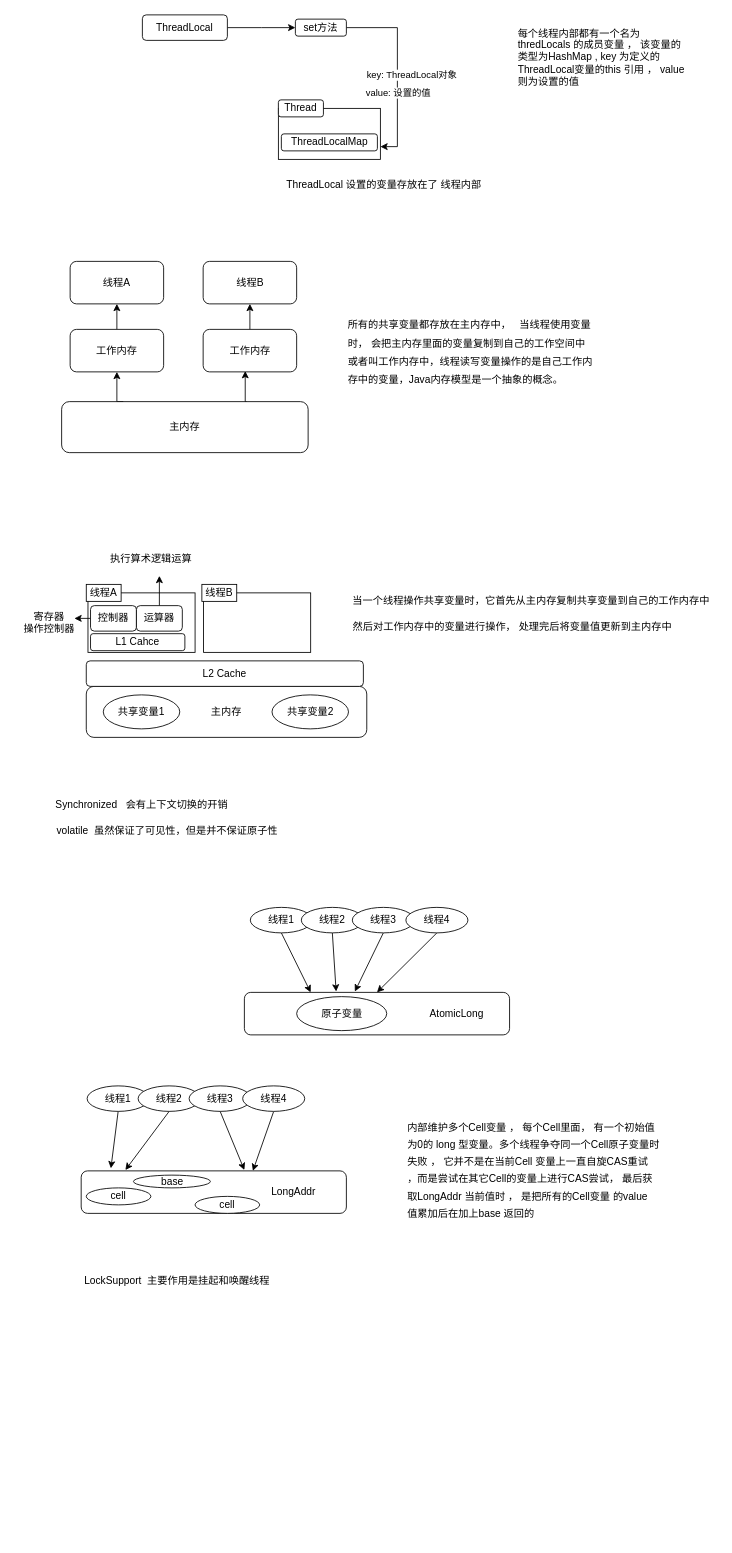
topyuluo/photo-project keeps this draw.io diagram as 并发编程.drawio. Above is the earlier version. Source tidied: cells renumbered, new cells numbered last; positions are measured from the earlier drawing's top-left corner, leaving out a move shared by most shapes. Both pictures are drawn from the tidied source at 85%, with x=0, y=0 at pixel (14, 14).
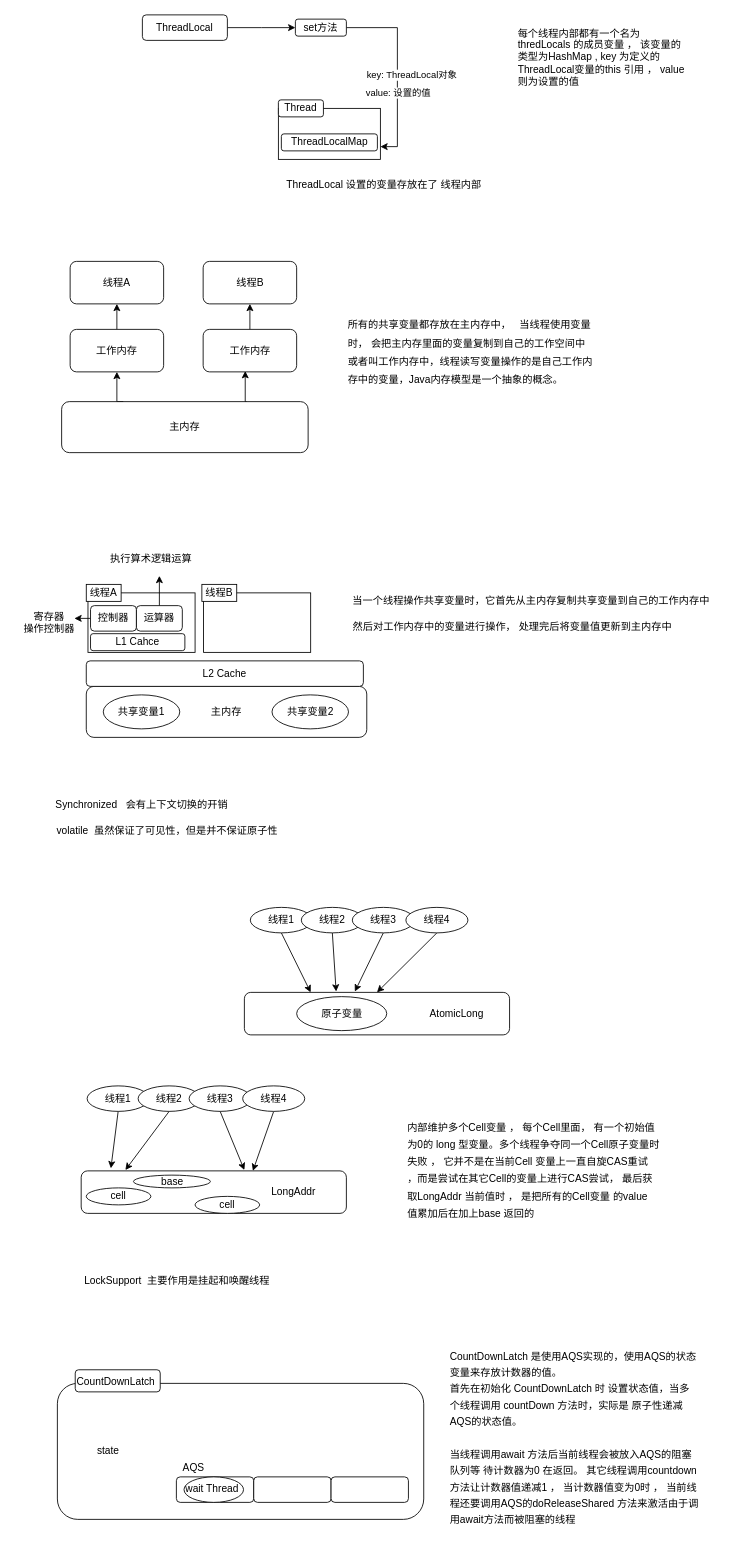
The same page after the edit.

Commit message:
更新并发编程.drawio

What changed in the source:
```diff
@@
+    <mxCell id="68" style="rounded=1;whiteSpace=wrap;html=1;align=left;verticalAlign=top;" parent="1" vertex="1">
+      <mxGeometry x="50" y="1610" width="431" height="160" as="geometry" />
+    </mxCell>
+    <mxCell id="69" value="CountDownLatch" style="rounded=1;whiteSpace=wrap;html=1;align=left;verticalAlign=top;" parent="1" vertex="1">
+      <mxGeometry x="71" y="1594" width="100" height="26" as="geometry" />
+    </mxCell>
+    <mxCell id="70" style="rounded=1;whiteSpace=wrap;html=1;align=left;verticalAlign=top;" parent="1" vertex="1">
+      <mxGeometry x="190" y="1720" width="91" height="30" as="geometry" />
+    </mxCell>
+    <mxCell id="71" style="rounded=1;whiteSpace=wrap;html=1;align=left;verticalAlign=top;" parent="1" vertex="1">
+      <mxGeometry x="281" y="1720" width="91" height="30" as="geometry" />
+    </mxCell>
+    <mxCell id="72" style="rounded=1;whiteSpace=wrap;html=1;align=left;verticalAlign=top;" parent="1" vertex="1">
+      <mxGeometry x="372" y="1720" width="91" height="30" as="geometry" />
+    </mxCell>
+    <mxCell id="73" value="AQS" style="text;html=1;align=center;verticalAlign=middle;strokeColor=none;" parent="1" vertex="1">
+      <mxGeometry x="190" y="1700" width="40" height="20" as="geometry" />
+    </mxCell>
+    <mxCell id="74" value="wait Thread" style="ellipse;whiteSpace=wrap;html=1;align=left;verticalAlign=top;" parent="1" vertex="1">
+      <mxGeometry x="199" y="1720" width="70" height="30" as="geometry" />
+    </mxCell>
+    <mxCell id="75" value="state" style="text;html=1;strokeColor=none;fillColor=none;align=center;verticalAlign=middle;whiteSpace=wrap;rounded=0;" parent="1" vertex="1">
+      <mxGeometry x="90" y="1680" width="40" height="20" as="geometry" />
+    </mxCell>
+    <mxCell id="76" value="&lt;p style=&quot;line-height: 160%&quot;&gt;CountDownLatch 是使用AQS实现的，使用AQS的状态变量来存放计数器的值。&lt;br&gt;首先在初始化 CountDownLatch 时 设置状态值，当多个线程调用 countDown 方法时，实际是 原子性递减AQS的状态值。&lt;br&gt;&lt;br&gt;当线程调用await 方法后当前线程会被放入AQS的阻塞队列等 待计数器为0 在返回。 其它线程调用countdown 方法让计数器值递减1 ， 当计数器值变为0时 ， 当前线程还要调用AQS的doReleaseShared 方法来激活由于调用await方法而被阻塞的线程&lt;/p&gt;" style="text;html=1;strokeColor=none;fillColor=none;align=left;verticalAlign=middle;whiteSpace=wrap;rounded=0;" parent="1" vertex="1">
+      <mxGeometry x="510" y="1570" width="296" height="210" as="geometry" />
+    </mxCell>
```
